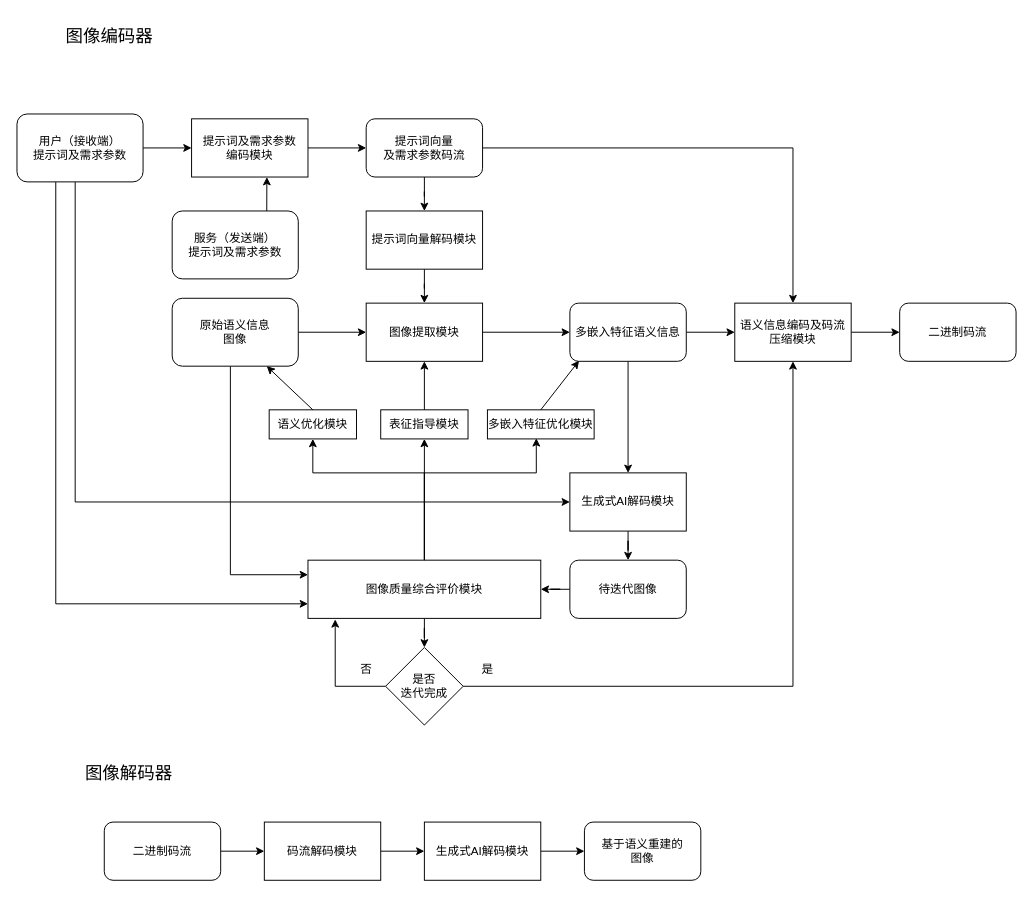
The draw.io diagram 基于生成式AI的多路径多嵌入图像编码系统.drawio in hrf666666/FlowCharts, before the edit. Source tidied: cells renumbered, new cells numbered last; positions are measured from the earlier drawing's top-left corner, leaving out a move shared by most shapes. Both pictures are drawn from the tidied source at 97%, with x=0, y=0 at pixel (16, 16).
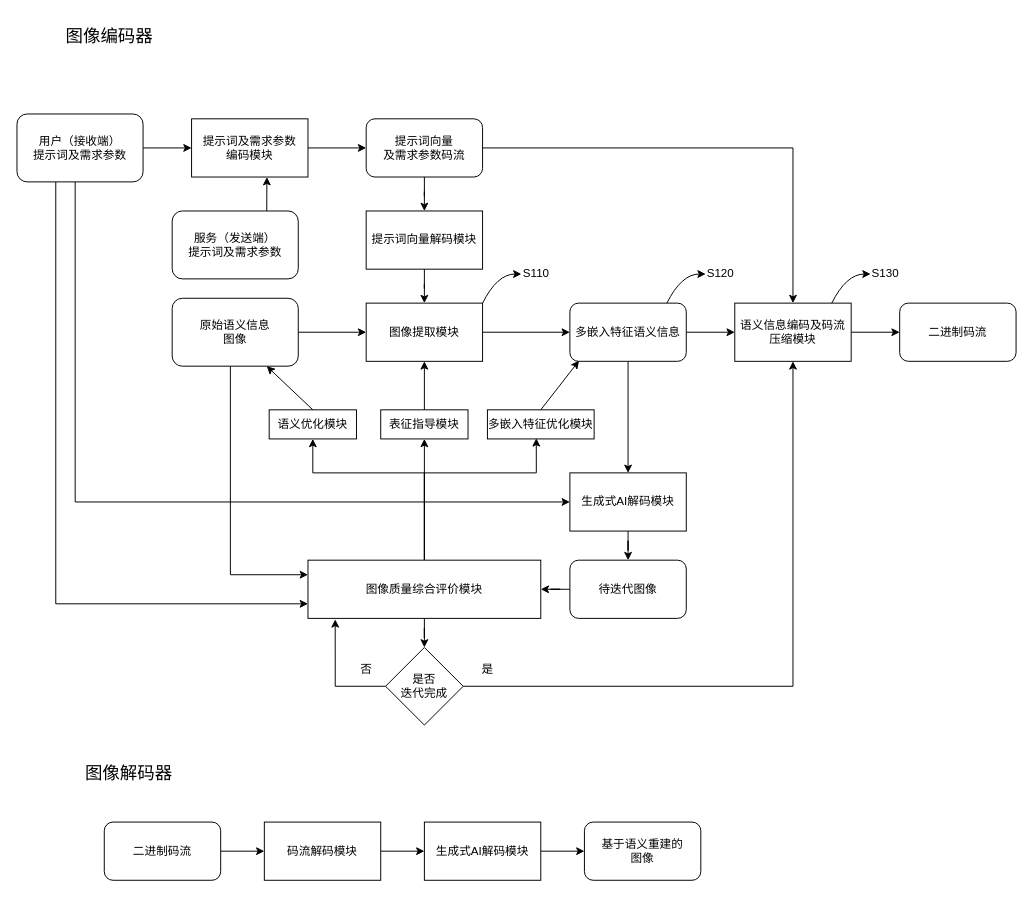
Above is the later version.

Commit message:
更新基于生成式AI的多路径多嵌入图像编码系统.drawio

Diff of the diagram source:
```diff
@@
+    <mxCell id="55" value="S130" style="text;html=1;align=center;verticalAlign=middle;strokeColor=none;fillColor=none;" parent="1" vertex="1">
+      <mxGeometry x="870" y="250" width="50" height="30" as="geometry" />
+    </mxCell>
+    <mxCell id="56" style="curved=1;endArrow=classic;html=1;rounded=0;" parent="1" edge="1">
+      <mxGeometry relative="1" as="geometry">
+        <mxPoint x="480" y="295" as="sourcePoint" />
+        <mxPoint x="520" y="265" as="targetPoint" />
+        <Array as="points">
+          <mxPoint x="495" y="265" />
+        </Array>
+      </mxGeometry>
+    </mxCell>
+    <mxCell id="57" value="S110" style="text;html=1;align=center;verticalAlign=middle;strokeColor=none;fillColor=none;" parent="1" vertex="1">
+      <mxGeometry x="510" y="250" width="50" height="30" as="geometry" />
+    </mxCell>
+    <mxCell id="58" style="curved=1;endArrow=classic;html=1;rounded=0;" parent="1" edge="1">
+      <mxGeometry relative="1" as="geometry">
+        <mxPoint x="840" y="295" as="sourcePoint" />
+        <mxPoint x="880" y="265" as="targetPoint" />
+        <Array as="points">
+          <mxPoint x="855" y="265" />
+        </Array>
+      </mxGeometry>
+    </mxCell>
+    <mxCell id="59" style="curved=1;endArrow=classic;html=1;rounded=0;" parent="1" edge="1">
+      <mxGeometry relative="1" as="geometry">
+        <mxPoint x="670" y="295" as="sourcePoint" />
+        <mxPoint x="710" y="265" as="targetPoint" />
+        <Array as="points">
+          <mxPoint x="685" y="265" />
+        </Array>
+      </mxGeometry>
+    </mxCell>
+    <mxCell id="60" value="S120" style="text;html=1;align=center;verticalAlign=middle;strokeColor=none;fillColor=none;" parent="1" vertex="1">
+      <mxGeometry x="700" y="250" width="50" height="30" as="geometry" />
+    </mxCell>
```
